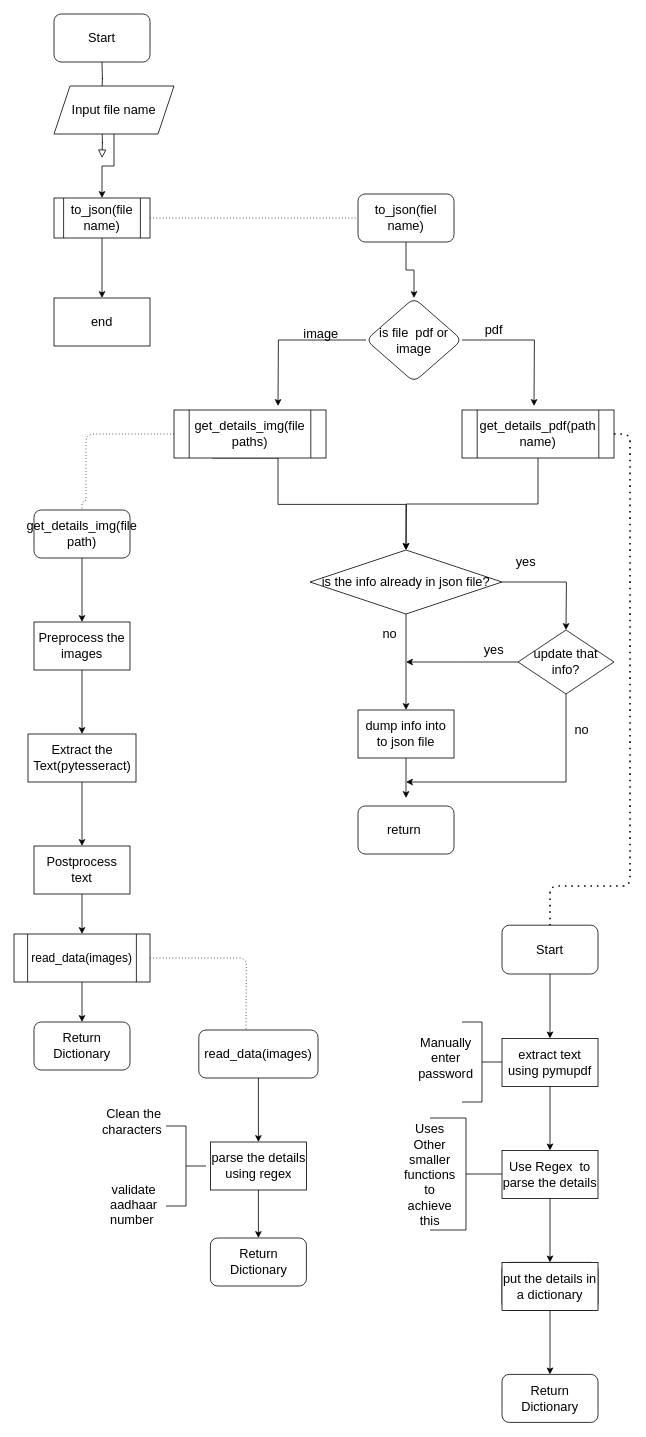
This is Untitled Diagram.drawio from Akash-k-p/flowcharts-and-stuff, a draw.io file, before an edit. Source tidied: cells renumbered, new cells numbered last; positions are measured from the earlier drawing's top-left corner, leaving out a move shared by most shapes. Both pictures are drawn from the tidied source at 80%, with x=0, y=0 at pixel (14, 14).
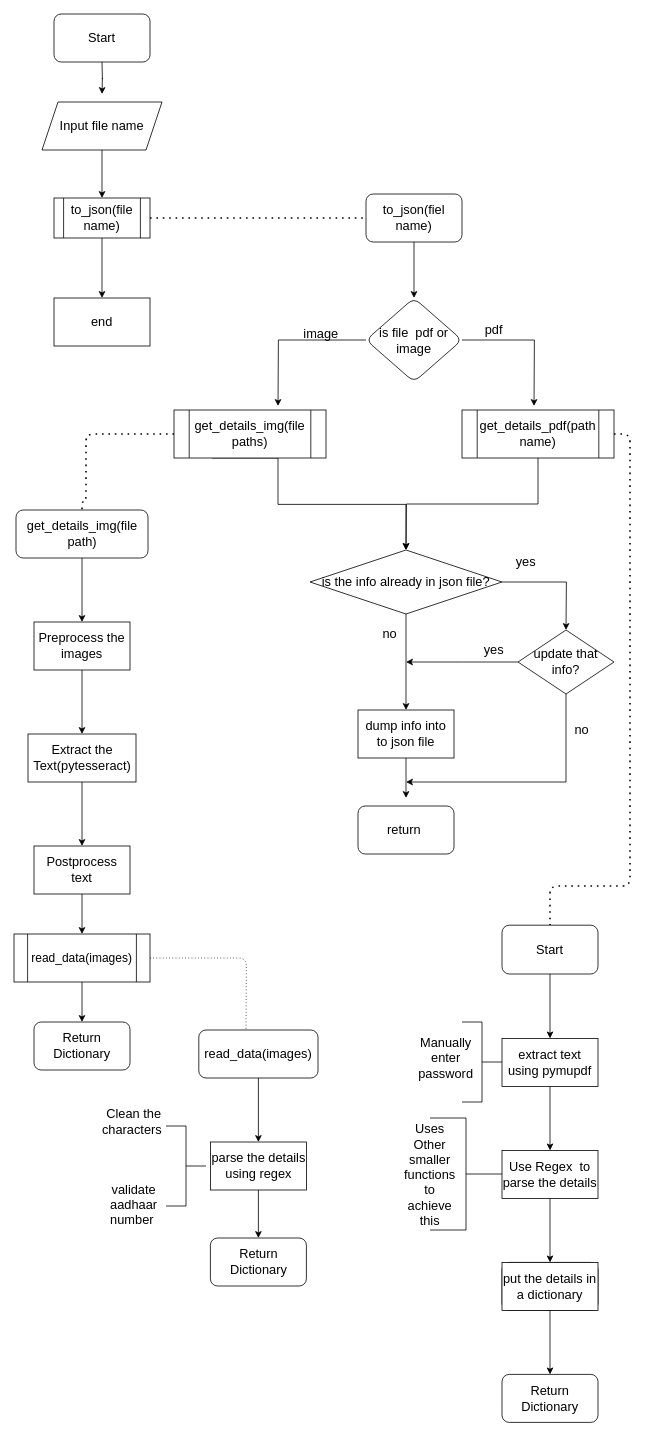
The same diagram, later.

Unchanged cells that the change refers to:
```xml
<mxCell id="9" value="&lt;font style=&quot;font-size: 16px;&quot;&gt;to_json(file name)&lt;/font&gt;" style="whiteSpace=wrap;html=1;shape=process;fontSize=16;strokeWidth=1;spacing=2;" parent="1" vertex="1">
  <mxGeometry x="50" y="230" width="120" height="50" as="geometry" />
</mxCell>
<mxCell id="20" value="get_details_img(file paths)" style="shape=process;whiteSpace=wrap;html=1;backgroundOutline=1;fontSize=16;strokeWidth=1;spacing=2;" parent="1" vertex="1">
  <mxGeometry x="200" y="495" width="190" height="60" as="geometry" />
</mxCell>
```

The edit, as a diff of the source:
```diff
@@
-    <mxCell id="2" style="rounded=0;html=1;jettySize=auto;orthogonalLoop=1;fontSize=16;endArrow=block;endFill=0;endSize=8;strokeWidth=1;shadow=0;labelBackgroundColor=none;edgeStyle=orthogonalEdgeStyle;spacing=2;" parent="1" edge="1">
-      <mxGeometry relative="1" as="geometry">
-        <mxPoint x="110" y="140" as="sourcePoint" />
-        <mxPoint x="110" y="180" as="targetPoint" />
-      </mxGeometry>
-    </mxCell>
@@
-    <mxCell id="5" style="edgeStyle=orthogonalEdgeStyle;rounded=0;jettySize=auto;html=1;fontSize=16;strokeWidth=1;spacing=2;" parent="1" edge="1" source="6" target="9">
+    <mxCell id="5" style="edgeStyle=orthogonalEdgeStyle;rounded=0;jettySize=auto;html=1;" parent="1" edge="1" source="6" target="9">
       <mxGeometry relative="1" as="geometry" />
     </mxCell>
     <mxCell id="6" value="Input file name" style="shape=parallelogram;perimeter=parallelogramPerimeter;whiteSpace=wrap;html=1;fixedSize=1;fontSize=16;strokeWidth=1;spacing=2;" parent="1" vertex="1">
-      <mxGeometry x="50" y="90" width="150" height="60" as="geometry" />
+      <mxGeometry x="35" y="110" width="150" height="60" as="geometry" />
     </mxCell>
@@
-    <mxCell id="8" style="edgeStyle=orthogonalEdgeStyle;rounded=1;jettySize=auto;html=1;entryX=0;entryY=0.5;entryDx=0;entryDy=0;endArrow=none;dashed=1;dashPattern=1 3;strokeWidth=1;fontSize=16;spacing=2;" parent="1" edge="1" source="9" target="12">
+    <mxCell id="8" style="edgeStyle=orthogonalEdgeStyle;rounded=1;jettySize=auto;html=1;entryX=0;entryY=0.5;entryDx=0;entryDy=0;endArrow=none;dashed=1;dashPattern=1 3;strokeWidth=2;fontSize=16;spacing=2;" parent="1" edge="1" source="9" target="12">
       <mxGeometry relative="1" as="geometry" />
     </mxCell>
@@
     <mxCell id="12" value="to_json(fiel name)" style="rounded=1;whiteSpace=wrap;html=1;fontSize=16;strokeWidth=1;spacing=2;" parent="1" vertex="1">
-      <mxGeometry x="430" y="225" width="120" height="60" as="geometry" />
+      <mxGeometry x="440" y="225" width="120" height="60" as="geometry" />
     </mxCell>
@@
-    <mxCell id="19" style="edgeStyle=orthogonalEdgeStyle;rounded=1;jettySize=auto;html=1;endArrow=none;dashed=1;dashPattern=1 3;strokeWidth=1;entryX=0.5;entryY=0;entryDx=0;entryDy=0;fontSize=16;spacing=2;" parent="1" edge="1" source="20" target="39">
+    <mxCell id="19" style="edgeStyle=orthogonalEdgeStyle;rounded=1;jettySize=auto;html=1;endArrow=none;dashed=1;dashPattern=1 3;strokeWidth=2;entryX=0.5;entryY=0;entryDx=0;entryDy=0;fontSize=16;spacing=2;" parent="1" edge="1" source="20" target="39">
       <mxGeometry relative="1" as="geometry">
         <Array as="points">
           <mxPoint x="90" y="525" />
           <mxPoint x="90" y="610" />
           <mxPoint x="85" y="610" />
         </Array>
       </mxGeometry>
     </mxCell>
@@
     <mxCell id="39" value="get_details_img(file path)" style="rounded=1;whiteSpace=wrap;html=1;fontSize=16;strokeWidth=1;spacing=2;" parent="1" vertex="1">
-      <mxGeometry x="25" y="620" width="120" height="60" as="geometry" />
+      <mxGeometry x="2.5" y="620" width="165" height="60" as="geometry" />
     </mxCell>
```
